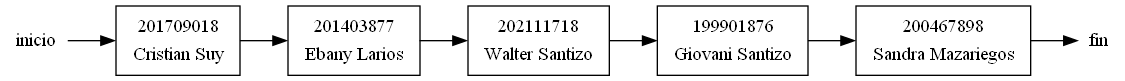
The Graphviz diagram EDD_Proyecto1_Fase1/Reportes/cola.png in walterjav19/EDD_1S2023_PY_202111718, before a commit. Its source is kept beside it as EDD_Proyecto1_Fase1/Grafics/cola.dot.
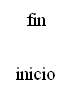
The same file after the commit.

Change to the diagram source:
```diff
@@ -2,15 +2,4 @@
 rankdir=LR;
 node [shape=record];
 head [shape=none, label="inicio", style=bold, height=0, width=0];
-tail [shape=none, label="fin", style=bold, height=0, width=0];a201709018 [label=<<TABLE border="0"><TR><TD ALIGN="CENTER">201709018</TD></TR><TR><TD ALIGN="CENTER">Cristian Suy</TD></TR></TABLE>>];
-a201709018 -> a201403877;
-a201403877 [label=<<TABLE border="0"><TR><TD ALIGN="CENTER">201403877</TD></TR><TR><TD ALIGN="CENTER">Ebany Larios</TD></TR></TABLE>>];
-a201403877 -> a202111718;
-a202111718 [label=<<TABLE border="0"><TR><TD ALIGN="CENTER">202111718</TD></TR><TR><TD ALIGN="CENTER">Walter Santizo</TD></TR></TABLE>>];
-a202111718 -> a199901876;
-a199901876 [label=<<TABLE border="0"><TR><TD ALIGN="CENTER">199901876</TD></TR><TR><TD ALIGN="CENTER">Giovani Santizo</TD></TR></TABLE>>];
-a199901876 -> a200467898;
-a200467898 [label=<<TABLE border="0"><TR><TD ALIGN="CENTER">200467898</TD></TR><TR><TD ALIGN="CENTER">Sandra Mazariegos</TD></TR></TABLE>>];
-head -> a201709018;
-a200467898->tail;
-}
+tail [shape=none, label="fin", style=bold, height=0, width=0];}
```
